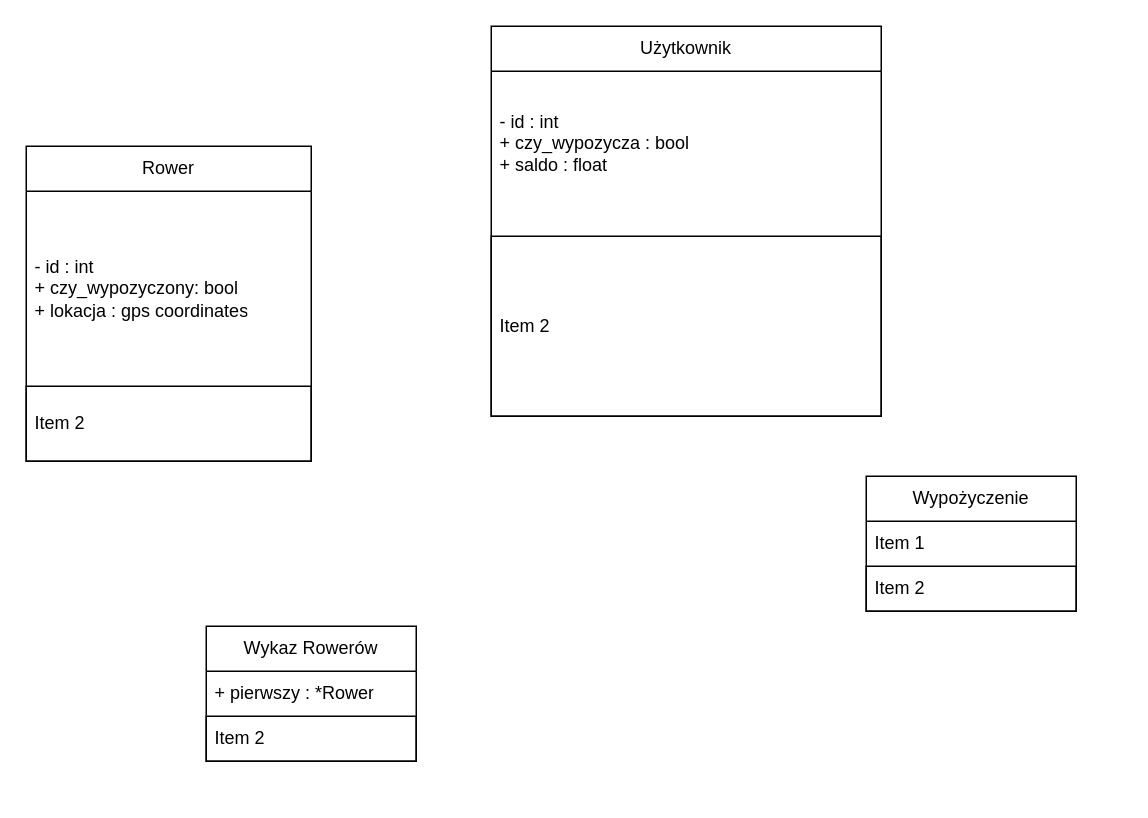
Earlier version of the draw.io diagram Untitled Diagram.drawio (KarolinaPiechowicz05/2024-12-31). Source tidied: cells renumbered, new cells numbered last; positions are measured from the earlier drawing's top-left corner, leaving out a move shared by most shapes. Both pictures are drawn from the tidied source at 150%, with x=0, y=0 at pixel (26, 26).
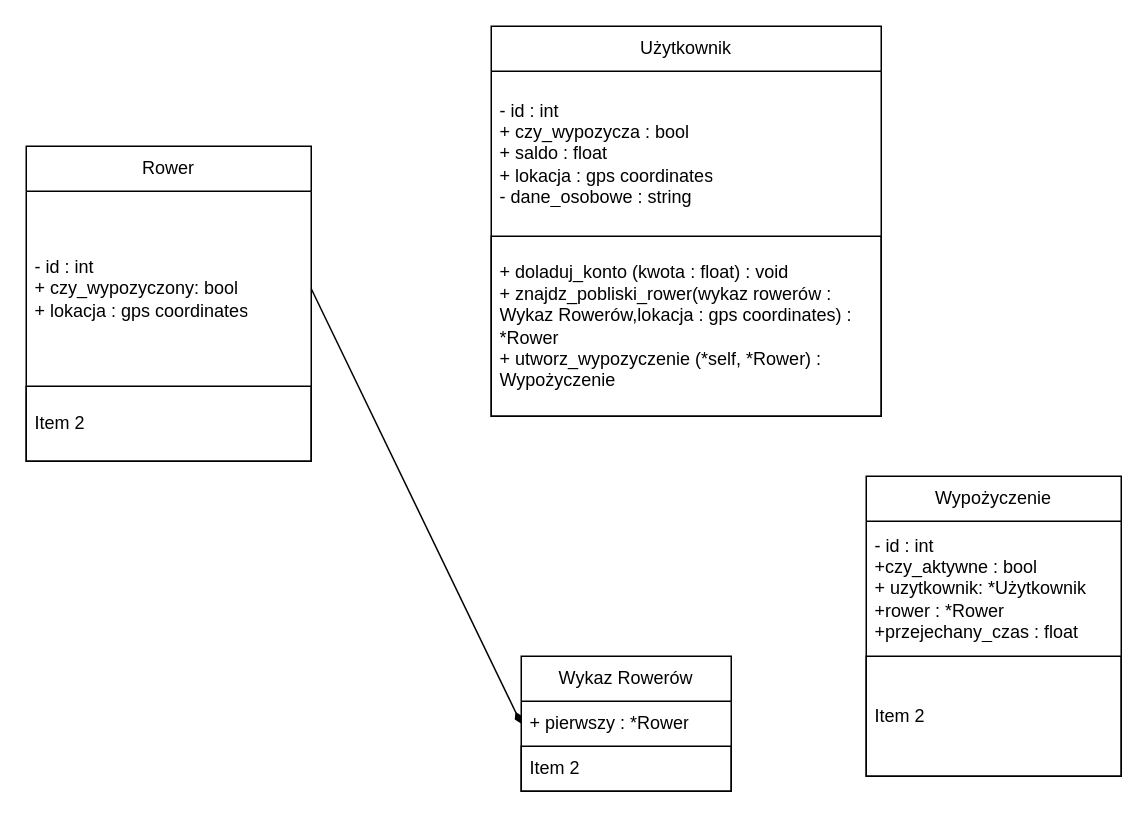
After the change.

Diff of the diagram source:
```diff
@@
 <mxGraphModel>
   <root>
     <mxCell id="0" />
     <mxCell id="1" parent="0" />
     <mxCell id="2" value="Użytkownik" style="swimlane;fontStyle=0;horizontal=1;startSize=30;whiteSpace=wrap;html=1;" parent="1" vertex="1">
       <mxGeometry x="310" width="260" height="260" as="geometry" />
     </mxCell>
-    <mxCell id="3" value="&lt;div&gt;- id : int&lt;/div&gt;&lt;div&gt;+ czy_wypozycza : bool&lt;br&gt;&lt;/div&gt;&lt;div&gt;+ saldo : float&lt;/div&gt;&lt;div&gt;&lt;br&gt;&lt;/div&gt;" style="text;strokeColor=none;fillColor=none;align=left;verticalAlign=middle;spacingLeft=4;spacingRight=4;overflow=hidden;whiteSpace=wrap;html=1;" parent="2" vertex="1">
+    <mxCell id="3" value="&lt;div&gt;- id : int&lt;/div&gt;&lt;div&gt;+ czy_wypozycza : bool&lt;br&gt;&lt;/div&gt;&lt;div&gt;+ saldo : float&lt;/div&gt;&lt;div&gt;+ lokacja : gps coordinates&lt;/div&gt;&lt;div&gt;- dane_osobowe : string&lt;br&gt;&lt;/div&gt;" style="text;strokeColor=none;fillColor=none;align=left;verticalAlign=middle;spacingLeft=4;spacingRight=4;overflow=hidden;whiteSpace=wrap;html=1;" parent="2" vertex="1">
       <mxGeometry y="30" width="260" height="110" as="geometry" />
     </mxCell>
-    <mxCell id="4" value="Item 2" style="text;strokeColor=default;fillColor=none;align=left;verticalAlign=middle;spacingLeft=4;spacingRight=4;overflow=hidden;whiteSpace=wrap;html=1;" parent="2" vertex="1">
+    <mxCell id="4" value="&lt;div&gt;+ doladuj_konto (kwota : float) : void&lt;br&gt;+ znajdz_pobliski_rower(wykaz rowerów : Wykaz Rowerów,lokacja : gps coordinates) : *Rower&lt;br&gt;+ utworz_wypozyczenie (*self, *Rower) : Wypożyczenie&lt;br&gt;&lt;/div&gt;" style="text;strokeColor=default;fillColor=none;align=left;verticalAlign=middle;spacingLeft=4;spacingRight=4;overflow=hidden;whiteSpace=wrap;html=1;" parent="2" vertex="1">
       <mxGeometry y="140" width="260" height="120" as="geometry" />
     </mxCell>
     <mxCell id="5" value="Rower" style="swimlane;fontStyle=0;horizontal=1;startSize=30;whiteSpace=wrap;html=1;" parent="1" vertex="1">
       <mxGeometry y="80" width="190" height="210" as="geometry" />
     </mxCell>
     <mxCell id="6" value="- id : int&lt;br&gt;+ czy_wypozyczony: bool&lt;br&gt;+ lokacja : gps coordinates" style="text;strokeColor=none;fillColor=none;align=left;verticalAlign=middle;spacingLeft=4;spacingRight=4;overflow=hidden;points=[[0,0.5],[1,0.5]];portConstraint=eastwest;whiteSpace=wrap;html=1;" parent="5" vertex="1">
       <mxGeometry y="30" width="190" height="130" as="geometry" />
     </mxCell>
     <mxCell id="7" value="Item 2" style="text;strokeColor=default;fillColor=none;align=left;verticalAlign=middle;spacingLeft=4;spacingRight=4;overflow=hidden;whiteSpace=wrap;html=1;" parent="5" vertex="1">
       <mxGeometry y="160" width="190" height="50" as="geometry" />
     </mxCell>
     <mxCell id="8" value="Wypożyczenie" style="swimlane;fontStyle=0;horizontal=1;startSize=30;whiteSpace=wrap;html=1;" parent="1" vertex="1">
-      <mxGeometry x="560" y="300" width="140" height="90" as="geometry" />
+      <mxGeometry x="560" y="300" width="170" height="200" as="geometry" />
     </mxCell>
-    <mxCell id="9" value="Item 1" style="text;strokeColor=none;fillColor=none;align=left;verticalAlign=middle;spacingLeft=4;spacingRight=4;overflow=hidden;whiteSpace=wrap;html=1;" parent="8" vertex="1">
-      <mxGeometry y="30" width="140" height="30" as="geometry" />
+    <mxCell id="9" value="- id : int&lt;br&gt;+czy_aktywne : bool&lt;br&gt;+ uzytkownik: *Użytkownik&lt;br&gt;+rower : *Rower&lt;br&gt;+przejechany_czas : float" style="text;strokeColor=none;fillColor=none;align=left;verticalAlign=middle;spacingLeft=4;spacingRight=4;overflow=hidden;whiteSpace=wrap;html=1;" parent="8" vertex="1">
+      <mxGeometry y="30" width="170" height="90" as="geometry" />
     </mxCell>
     <mxCell id="10" value="Item 2" style="text;strokeColor=default;fillColor=none;align=left;verticalAlign=middle;spacingLeft=4;spacingRight=4;overflow=hidden;whiteSpace=wrap;html=1;" parent="8" vertex="1">
-      <mxGeometry y="60" width="140" height="30" as="geometry" />
+      <mxGeometry y="120" width="170" height="80" as="geometry" />
     </mxCell>
     <mxCell id="11" value="Wykaz Rowerów" style="swimlane;fontStyle=0;horizontal=1;startSize=30;whiteSpace=wrap;html=1;" parent="1" vertex="1">
-      <mxGeometry x="120" y="400" width="140" height="90" as="geometry" />
+      <mxGeometry x="330" y="420" width="140" height="90" as="geometry" />
     </mxCell>
     <mxCell id="12" value="+ pierwszy : *Rower" style="text;strokeColor=none;fillColor=none;align=left;verticalAlign=middle;spacingLeft=4;spacingRight=4;overflow=hidden;whiteSpace=wrap;html=1;" parent="11" vertex="1">
       <mxGeometry y="30" width="140" height="30" as="geometry" />
     </mxCell>
     <mxCell id="13" value="Item 2" style="text;strokeColor=default;fillColor=none;align=left;verticalAlign=middle;spacingLeft=4;spacingRight=4;overflow=hidden;whiteSpace=wrap;html=1;" parent="11" vertex="1">
       <mxGeometry y="60" width="140" height="30" as="geometry" />
     </mxCell>
+    <mxCell id="14" style="rounded=0;jettySize=auto;html=1;exitX=1;exitY=0.5;exitDx=0;exitDy=0;entryX=0;entryY=0.5;entryDx=0;entryDy=0;endArrow=diamondThin;endFill=1;" parent="1" edge="1" source="6" target="11">
+      <mxGeometry relative="1" as="geometry" />
+    </mxCell>
   </root>
 </mxGraphModel>
```
